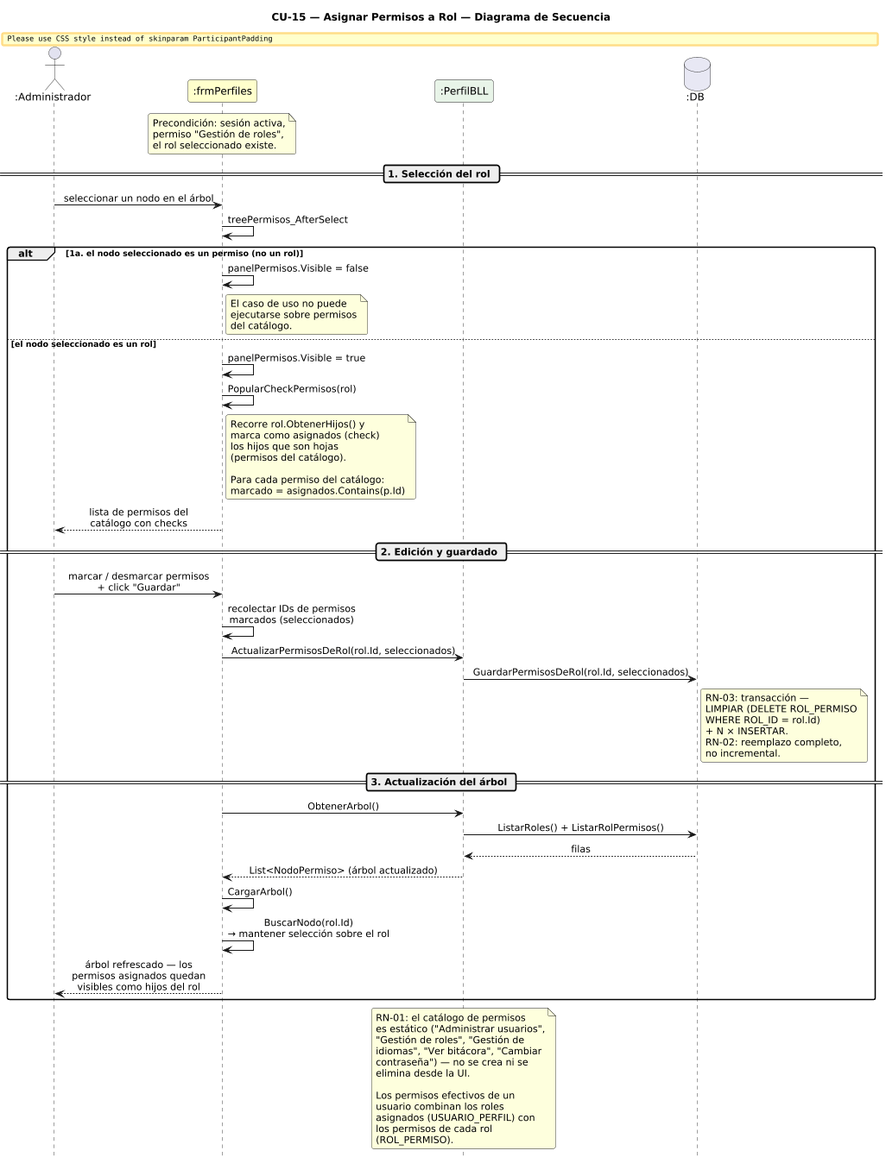
This is DIAGRAMAS/DiagramaSecuencia_CU15_AsignarPermisosRol.png from Urrels/ingenieria_software, a PlantUML export, as it was before one commit. Source of this version:
```plantuml
@startuml DiagramaSecuencia_CU15_AsignarPermisosRol

title CU-15 — Asignar Permisos a Rol — Diagrama de Secuencia

skinparam shadowing false
skinparam roundcorner 6
skinparam sequenceArrowThickness 1.2
skinparam ParticipantPadding 14
skinparam sequenceMessageAlign center
hide footbox
scale 0.85

actor       ":Administrador"  as A
participant ":frmPerfiles"    as FP #FEFECE
participant ":PerfilBLL"      as PB #E8F4E8
database    ":DB"             as DB #E8E8F4

note over FP
  Precondición: sesión activa,
  permiso "Gestión de roles",
  el rol seleccionado existe.
end note

== 1. Selección del rol ==

A -> FP : seleccionar un nodo en el árbol
FP -> FP : treePermisos_AfterSelect

alt 1a. el nodo seleccionado es un permiso (no un rol)
  FP -> FP : panelPermisos.Visible = false
  note right of FP
    El caso de uso no puede
    ejecutarse sobre permisos
    del catálogo.
  end note

else el nodo seleccionado es un rol
  FP -> FP : panelPermisos.Visible = true
  FP -> FP : PopularCheckPermisos(rol)
  note right of FP
    Recorre rol.ObtenerHijos() y
    marca como asignados (check)
    los hijos que son hojas
    (permisos del catálogo).

    Para cada permiso del catálogo:
    marcado = asignados.Contains(p.Id)
  end note
  FP --> A : lista de permisos del\ncatálogo con checks

  == 2. Edición y guardado ==

  A -> FP : marcar / desmarcar permisos\n+ click "Guardar"

  FP -> FP : recolectar IDs de permisos\nmarcados (seleccionados)
  FP -> PB : ActualizarPermisosDeRol(rol.Id, seleccionados)
  PB -> DB : GuardarPermisosDeRol(rol.Id, seleccionados)
  note right of DB
    RN-03: transacción —
    LIMPIAR (DELETE ROL_PERMISO
    WHERE ROL_ID = rol.Id)
    + N × INSERTAR.
    RN-02: reemplazo completo,
    no incremental.
  end note

  == 3. Actualización del árbol ==

  FP -> PB : ObtenerArbol()
  PB -> DB : ListarRoles() + ListarRolPermisos()
  DB --> PB : filas
  PB --> FP : List<NodoPermiso> (árbol actualizado)
  FP -> FP : CargarArbol()
  FP -> FP : BuscarNodo(rol.Id)\n→ mantener selección sobre el rol
  FP --> A : árbol refrescado — los\npermisos asignados quedan\nvisibles como hijos del rol
end

note over PB
  RN-01: el catálogo de permisos
  es estático ("Administrar usuarios",
  "Gestión de roles", "Gestión de
  idiomas", "Ver bitácora", "Cambiar
  contraseña") — no se crea ni se
  elimina desde la UI.

  Los permisos efectivos de un
  usuario combinan los roles
  asignados (USUARIO_PERFIL) con
  los permisos de cada rol
  (ROL_PERMISO).
end note

@enduml
```
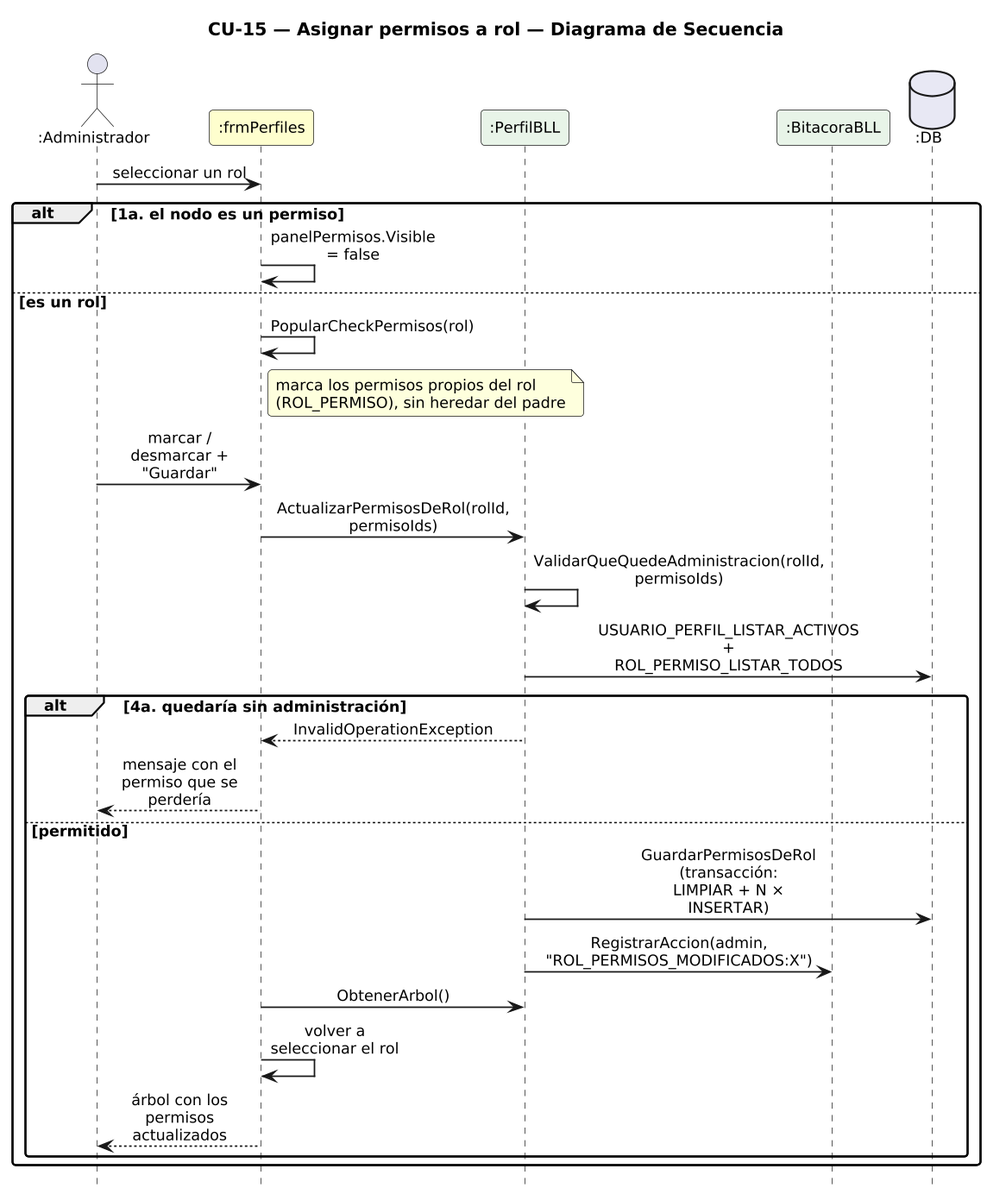
After the commit.

The edit, as a diff of the source:
```diff
@@ -1,93 +1,44 @@
 @startuml DiagramaSecuencia_CU15_AsignarPermisosRol
 
-title CU-15 — Asignar Permisos a Rol — Diagrama de Secuencia
+title CU-15 — Asignar permisos a rol — Diagrama de Secuencia
 
 skinparam shadowing false
 skinparam roundcorner 6
 skinparam sequenceArrowThickness 1.2
-skinparam ParticipantPadding 14
+skinparam ParticipantPadding 6
+skinparam BoxPadding 4
+skinparam maxMessageSize 115
 skinparam sequenceMessageAlign center
+skinparam defaultFontSize 12
+skinparam dpi 140
 hide footbox
-scale 0.85
 
-actor       ":Administrador"  as A
-participant ":frmPerfiles"    as FP #FEFECE
-participant ":PerfilBLL"      as PB #E8F4E8
-database    ":DB"             as DB #E8E8F4
+actor ":Administrador" as A
+participant ":frmPerfiles" as F #FEFECE
+participant ":PerfilBLL" as PB #E8F4E8
+participant ":BitacoraBLL" as BB #E8F4E8
+database ":DB" as DB #E8E8F4
 
-note over FP
-  Precondición: sesión activa,
-  permiso "Gestión de roles",
-  el rol seleccionado existe.
-end note
-
-== 1. Selección del rol ==
-
-A -> FP : seleccionar un nodo en el árbol
-FP -> FP : treePermisos_AfterSelect
-
-alt 1a. el nodo seleccionado es un permiso (no un rol)
-  FP -> FP : panelPermisos.Visible = false
-  note right of FP
-    El caso de uso no puede
-    ejecutarse sobre permisos
-    del catálogo.
-  end note
-
-else el nodo seleccionado es un rol
-  FP -> FP : panelPermisos.Visible = true
-  FP -> FP : PopularCheckPermisos(rol)
-  note right of FP
-    Recorre rol.ObtenerHijos() y
-    marca como asignados (check)
-    los hijos que son hojas
-    (permisos del catálogo).
-
-    Para cada permiso del catálogo:
-    marcado = asignados.Contains(p.Id)
-  end note
-  FP --> A : lista de permisos del\ncatálogo con checks
-
-  == 2. Edición y guardado ==
-
-  A -> FP : marcar / desmarcar permisos\n+ click "Guardar"
-
-  FP -> FP : recolectar IDs de permisos\nmarcados (seleccionados)
-  FP -> PB : ActualizarPermisosDeRol(rol.Id, seleccionados)
-  PB -> DB : GuardarPermisosDeRol(rol.Id, seleccionados)
-  note right of DB
-    RN-03: transacción —
-    LIMPIAR (DELETE ROL_PERMISO
-    WHERE ROL_ID = rol.Id)
-    + N × INSERTAR.
-    RN-02: reemplazo completo,
-    no incremental.
-  end note
-
-  == 3. Actualización del árbol ==
-
-  FP -> PB : ObtenerArbol()
-  PB -> DB : ListarRoles() + ListarRolPermisos()
-  DB --> PB : filas
-  PB --> FP : List<NodoPermiso> (árbol actualizado)
-  FP -> FP : CargarArbol()
-  FP -> FP : BuscarNodo(rol.Id)\n→ mantener selección sobre el rol
-  FP --> A : árbol refrescado — los\npermisos asignados quedan\nvisibles como hijos del rol
+A -> F : seleccionar un rol
+alt 1a. el nodo es un permiso
+  F -> F : panelPermisos.Visible = false
+else es un rol
+  F -> F : PopularCheckPermisos(rol)
+  note right of F : marca los permisos propios del rol\n(ROL_PERMISO), sin heredar del padre
+  A -> F : marcar / desmarcar + "Guardar"
+  F -> PB : ActualizarPermisosDeRol(rolId, permisoIds)
+  PB -> PB : ValidarQueQuedeAdministracion(rolId, permisoIds)
+  PB -> DB : USUARIO_PERFIL_LISTAR_ACTIVOS\n+ ROL_PERMISO_LISTAR_TODOS
+  alt 4a. quedaría sin administración
+    PB --> F : InvalidOperationException
+    F --> A : mensaje con el permiso que se perdería
+  else permitido
+    PB -> DB : GuardarPermisosDeRol (transacción:\nLIMPIAR + N × INSERTAR)
+    PB -> BB : RegistrarAccion(admin, "ROL_PERMISOS_MODIFICADOS:X")
+    F -> PB : ObtenerArbol()
+    F -> F : volver a seleccionar el rol
+    F --> A : árbol con los permisos actualizados
+  end
 end
 
-note over PB
-  RN-01: el catálogo de permisos
-  es estático ("Administrar usuarios",
-  "Gestión de roles", "Gestión de
-  idiomas", "Ver bitácora", "Cambiar
-  contraseña") — no se crea ni se
-  elimina desde la UI.
-
-  Los permisos efectivos de un
-  usuario combinan los roles
-  asignados (USUARIO_PERFIL) con
-  los permisos de cada rol
-  (ROL_PERMISO).
-end note
-
 @enduml
```
